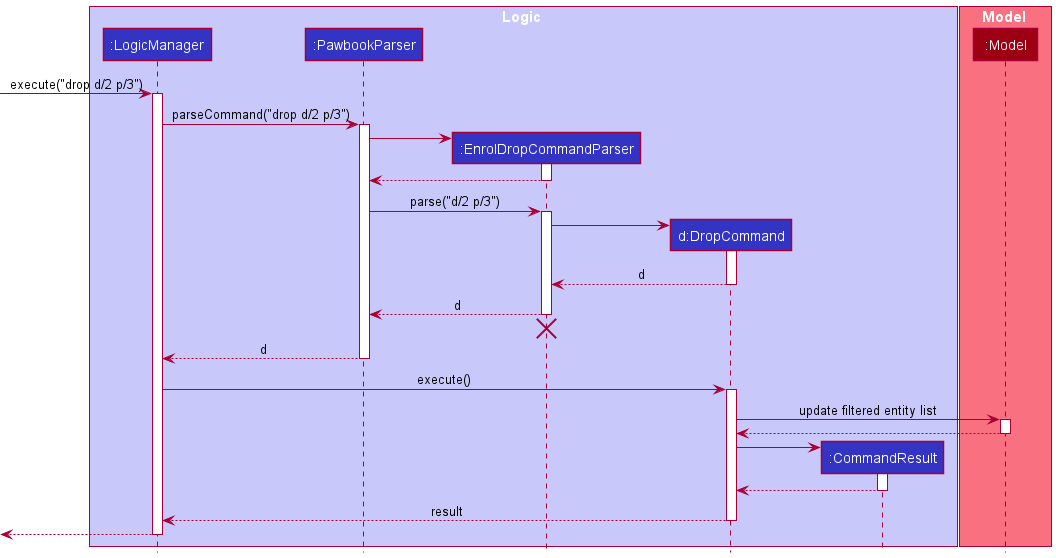
Earlier version of the PlantUML export docs/images/DropSequenceDiagram.png (nus-cs2103-AY2021S2/tp).
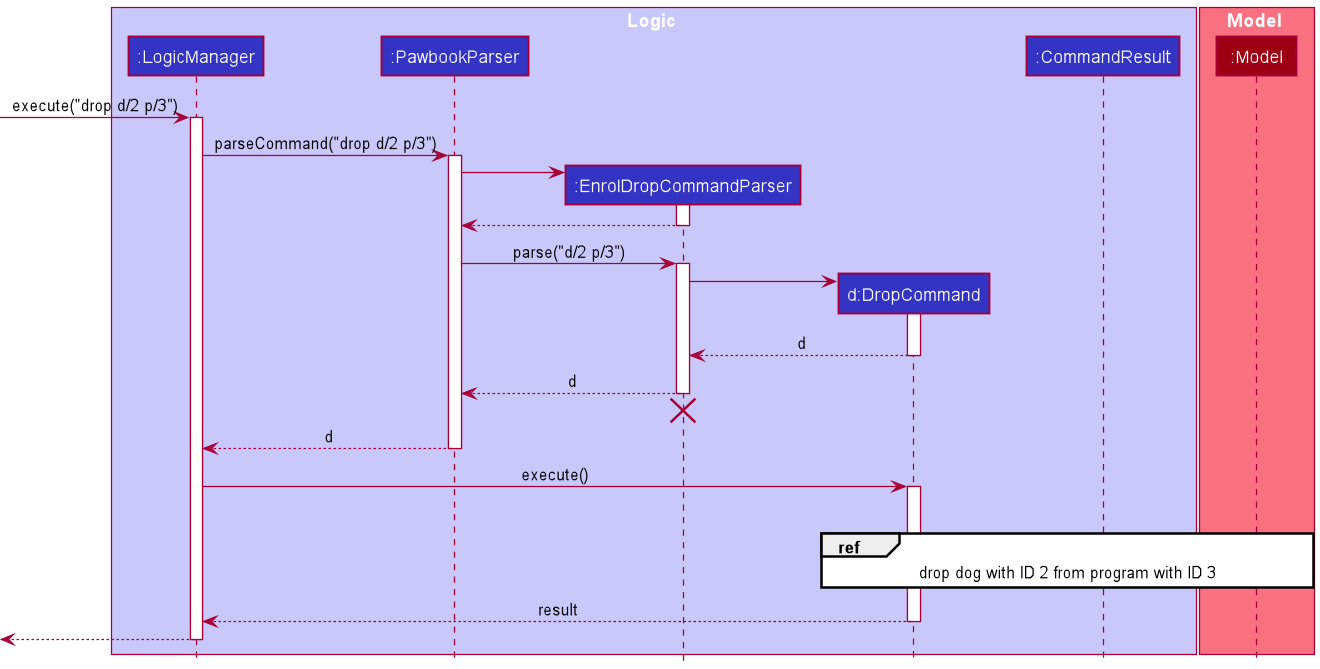
After the change.

Commit message:
Edit drop command seq diagram

The edit, as a diff of the source:
```diff
@@ -44,20 +44,12 @@
 deactivate PawbookParser
 
 LogicManager -> DropCommand : execute()
+
+ref over DropCommand, Model : drop dog with ID 2 from program with ID 3
+
 activate DropCommand
 
-DropCommand -> Model : update filtered entity list
-activate Model
-
-Model --> DropCommand
 deactivate Model
-
-create CommandResult
-DropCommand -> CommandResult
-activate CommandResult
-
-CommandResult --> DropCommand
-deactivate CommandResult
 
 DropCommand --> LogicManager : result
 deactivate DropCommand
```
